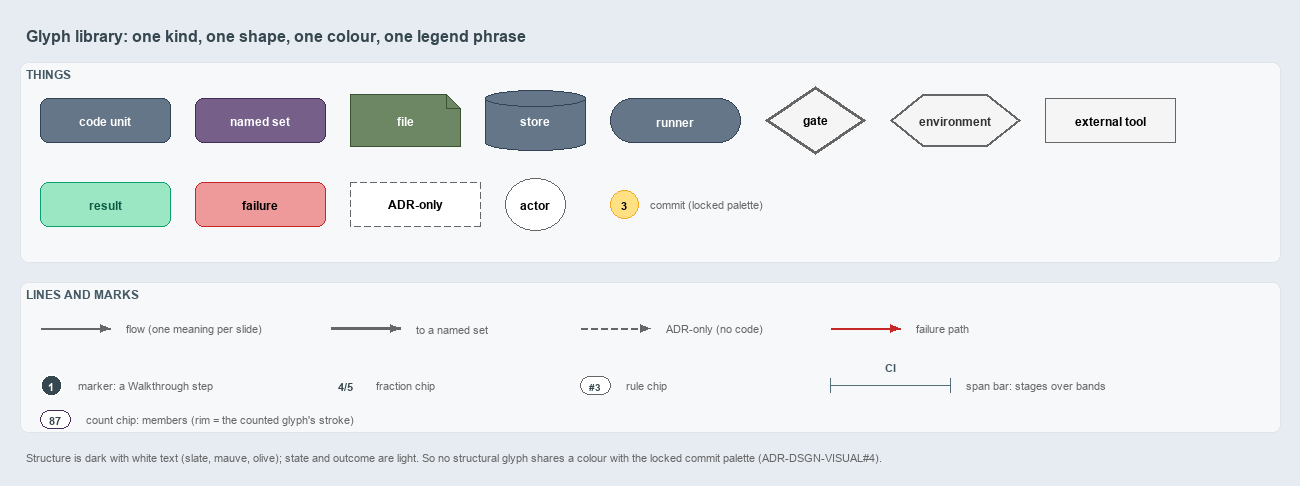
Earlier version of the draw.io export docs/.assets/explanation/glyphs.drawio.png (casperease/catzc). Source tidied: cells renumbered, new cells last; positions are measured from the earlier drawing's top-left corner, leaving out a move shared by most shapes.
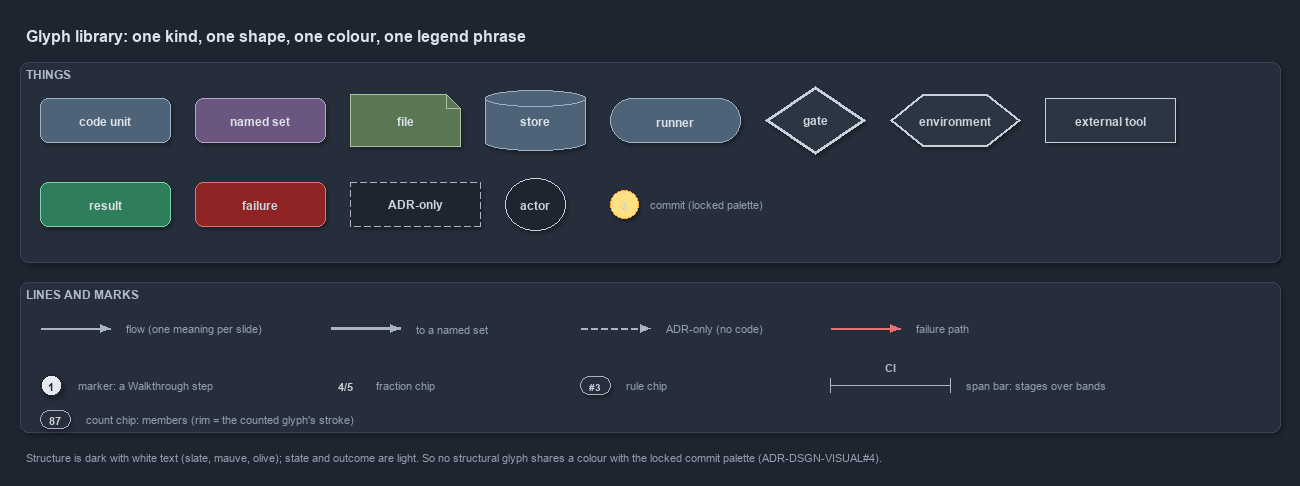
The same diagram one commit later.

Diff of the diagram source:
```diff
@@ -1,56 +1,56 @@
-<mxGraphModel background="#E6ECF2">
+<mxGraphModel background="#1E2430" shadow="1">
   <root>
     <mxCell id="0" />
     <mxCell id="1" parent="0" />
-    <mxCell id="2" value="Glyph library: one kind, one shape, one colour, one legend phrase" style="text;html=1;align=left;verticalAlign=middle;fontSize=16;fontStyle=1;fontColor=#37474F;" parent="1" vertex="1">
+    <mxCell id="2" value="Glyph library: one kind, one shape, one colour, one legend phrase" style="text;html=1;align=left;verticalAlign=middle;fontSize=16;fontStyle=1;fontColor=#DDE2E9;" parent="1" vertex="1">
       <mxGeometry width="1260" height="30" as="geometry" />
     </mxCell>
-    <mxCell id="3" value="THINGS" style="rounded=1;html=1;arcSize=3;fillColor=#F6F8FA;strokeColor=#E1E4E8;verticalAlign=top;align=left;spacingLeft=8;fontStyle=1;fontSize=12;fontColor=#455A64;" parent="1" vertex="1">
+    <mxCell id="3" value="THINGS" style="rounded=1;html=1;arcSize=3;fillColor=#262E3B;strokeColor=#3A4555;verticalAlign=top;align=left;spacingLeft=8;fontStyle=1;fontSize=12;fontColor=#B0BAC7;" parent="1" vertex="1">
       <mxGeometry y="42" width="1260" height="200" as="geometry" />
     </mxCell>
-    <mxCell id="4" value="&lt;b&gt;code unit&lt;/b&gt;" style="rounded=1;whiteSpace=wrap;html=1;arcSize=20;fillColor=#647687;strokeColor=#314354;fontColor=#FFFFFF;fontSize=12;" parent="1" vertex="1">
+    <mxCell id="4" value="&lt;b&gt;code unit&lt;/b&gt;" style="rounded=1;whiteSpace=wrap;html=1;arcSize=20;fillColor=#4E6378;strokeColor=#9FB3C8;fontColor=#DDE2E9;fontSize=12;" parent="1" vertex="1">
       <mxGeometry x="20" y="78" width="130" height="44" as="geometry" />
     </mxCell>
-    <mxCell id="5" value="&lt;b&gt;named set&lt;/b&gt;" style="rounded=1;whiteSpace=wrap;html=1;arcSize=20;fillColor=#76608a;strokeColor=#432d57;fontColor=#FFFFFF;fontSize=12;" parent="1" vertex="1">
+    <mxCell id="5" value="&lt;b&gt;named set&lt;/b&gt;" style="rounded=1;whiteSpace=wrap;html=1;arcSize=20;fillColor=#6A567E;strokeColor=#B9A6CC;fontColor=#DDE2E9;fontSize=12;" parent="1" vertex="1">
       <mxGeometry x="175" y="78" width="130" height="44" as="geometry" />
     </mxCell>
-    <mxCell id="6" value="&lt;b&gt;file&lt;/b&gt;" style="shape=note;size=14;whiteSpace=wrap;html=1;fillColor=#6d8764;strokeColor=#3a5431;fontColor=#FFFFFF;fontSize=12;" parent="1" vertex="1">
+    <mxCell id="6" value="&lt;b&gt;file&lt;/b&gt;" style="shape=note;size=14;whiteSpace=wrap;html=1;fillColor=#5B7653;strokeColor=#A9C29F;fontColor=#DDE2E9;fontSize=12;" parent="1" vertex="1">
       <mxGeometry x="330" y="74" width="110" height="52" as="geometry" />
     </mxCell>
-    <mxCell id="7" value="&lt;b&gt;store&lt;/b&gt;" style="shape=cylinder3;boundedLbl=1;backgroundOutline=1;size=8;whiteSpace=wrap;html=1;fillColor=#647687;strokeColor=#314354;fontColor=#FFFFFF;fontSize=12;" parent="1" vertex="1">
+    <mxCell id="7" value="&lt;b&gt;store&lt;/b&gt;" style="shape=cylinder3;boundedLbl=1;backgroundOutline=1;size=8;whiteSpace=wrap;html=1;fillColor=#4E6378;strokeColor=#9FB3C8;fontColor=#DDE2E9;fontSize=12;" parent="1" vertex="1">
       <mxGeometry x="465" y="70" width="100" height="60" as="geometry" />
     </mxCell>
-    <mxCell id="8" value="&lt;b&gt;runner&lt;/b&gt;" style="rounded=1;arcSize=50;whiteSpace=wrap;html=1;fillColor=#647687;strokeColor=#314354;fontColor=#FFFFFF;fontSize=12;" parent="1" vertex="1">
+    <mxCell id="8" value="&lt;b&gt;runner&lt;/b&gt;" style="rounded=1;arcSize=50;whiteSpace=wrap;html=1;fillColor=#4E6378;strokeColor=#9FB3C8;fontColor=#DDE2E9;fontSize=12;" parent="1" vertex="1">
       <mxGeometry x="590" y="78" width="130" height="44" as="geometry" />
     </mxCell>
-    <mxCell id="9" value="&lt;b&gt;gate&lt;/b&gt;" style="rhombus;whiteSpace=wrap;html=1;fillColor=#f5f5f5;strokeColor=#666666;strokeWidth=3;fontSize=12;" parent="1" vertex="1">
+    <mxCell id="9" value="&lt;b&gt;gate&lt;/b&gt;" style="rhombus;whiteSpace=wrap;html=1;fillColor=#2C3542;strokeColor=#C7D0DB;strokeWidth=3;fontSize=12;fontColor=#CDD3DC;" parent="1" vertex="1">
       <mxGeometry x="745" y="66" width="100" height="68" as="geometry" />
     </mxCell>
-    <mxCell id="10" value="&lt;b&gt;environment&lt;/b&gt;" style="shape=hexagon;perimeter=hexagonPerimeter2;whiteSpace=wrap;html=1;fillColor=#f5f5f5;strokeColor=#666666;strokeWidth=2;fontColor=#333333;fontSize=12;" parent="1" vertex="1">
+    <mxCell id="10" value="&lt;b&gt;environment&lt;/b&gt;" style="shape=hexagon;perimeter=hexagonPerimeter2;whiteSpace=wrap;html=1;fillColor=#2C3542;strokeColor=#C7D0DB;strokeWidth=2;fontColor=#CDD3DC;fontSize=12;" parent="1" vertex="1">
       <mxGeometry x="870" y="74" width="130" height="52" as="geometry" />
     </mxCell>
-    <mxCell id="11" value="&lt;b&gt;external tool&lt;/b&gt;" style="rounded=0;whiteSpace=wrap;html=1;fillColor=#f5f5f5;strokeColor=#666666;fontSize=12;" parent="1" vertex="1">
+    <mxCell id="11" value="&lt;b&gt;external tool&lt;/b&gt;" style="rounded=0;whiteSpace=wrap;html=1;fillColor=#2C3542;strokeColor=#C7D0DB;fontSize=12;fontColor=#CDD3DC;" parent="1" vertex="1">
       <mxGeometry x="1025" y="78" width="130" height="44" as="geometry" />
     </mxCell>
-    <mxCell id="12" value="&lt;b&gt;result&lt;/b&gt;" style="rounded=1;whiteSpace=wrap;html=1;arcSize=20;fillColor=#9BE7C4;strokeColor=#0E9F6E;fontColor=#0B5C43;fontSize=12;" parent="1" vertex="1">
+    <mxCell id="12" value="&lt;b&gt;result&lt;/b&gt;" style="rounded=1;whiteSpace=wrap;html=1;arcSize=20;fillColor=#2E7D5B;strokeColor=#7FD3AE;fontColor=#DDE2E9;fontSize=12;" parent="1" vertex="1">
       <mxGeometry x="20" y="162" width="130" height="44" as="geometry" />
     </mxCell>
-    <mxCell id="13" value="&lt;b&gt;failure&lt;/b&gt;" style="rounded=1;whiteSpace=wrap;html=1;arcSize=20;fillColor=#EF9A9A;strokeColor=#C62828;fontSize=12;" parent="1" vertex="1">
+    <mxCell id="13" value="&lt;b&gt;failure&lt;/b&gt;" style="rounded=1;whiteSpace=wrap;html=1;arcSize=20;fillColor=#8E2424;strokeColor=#E57373;fontSize=12;" parent="1" vertex="1">
       <mxGeometry x="175" y="162" width="130" height="44" as="geometry" />
     </mxCell>
-    <mxCell id="14" value="&lt;b&gt;ADR-only&lt;/b&gt;" style="rounded=1;whiteSpace=wrap;html=1;arcSize=20;fillColor=#FFFFFF;strokeColor=#666666;dashed=1;fontSize=12;" parent="1" vertex="1">
+    <mxCell id="14" value="&lt;b&gt;ADR-only&lt;/b&gt;" style="rounded=1;whiteSpace=wrap;html=1;arcSize=20;fillColor=#1E2430;strokeColor=#AAB4C3;dashed=1;fontSize=12;" parent="1" vertex="1">
       <mxGeometry x="330" y="162" width="130" height="44" as="geometry" />
     </mxCell>
-    <mxCell id="15" value="&lt;b&gt;actor&lt;/b&gt;" style="ellipse;whiteSpace=wrap;html=1;fillColor=#FFFFFF;strokeColor=#666666;fontSize=12;" parent="1" vertex="1">
+    <mxCell id="15" value="&lt;b&gt;actor&lt;/b&gt;" style="ellipse;whiteSpace=wrap;html=1;fillColor=#1E2430;strokeColor=#C7D0DB;fontSize=12;fontColor=#CDD3DC;" parent="1" vertex="1">
       <mxGeometry x="485" y="158" width="60" height="52" as="geometry" />
     </mxCell>
-    <mxCell id="16" value="3" style="ellipse;html=1;fillColor=#FFE082;strokeColor=#F9A825;strokeWidth=1.5;fontStyle=1;fontSize=11;" parent="1" vertex="1">
+    <mxCell id="16" value="3" style="ellipse;html=1;fillColor=#FFE082;strokeColor=#F9A825;strokeWidth=1.5;fontStyle=1;fontSize=11;fontColor=#CDD3DC;" parent="1" vertex="1">
       <mxGeometry x="590" y="170" width="28" height="28" as="geometry" />
     </mxCell>
-    <mxCell id="17" value="commit (locked palette)" style="text;html=1;align=left;verticalAlign=middle;fontSize=11;fontColor=#666666;" parent="1" vertex="1">
+    <mxCell id="17" value="commit (locked palette)" style="text;html=1;align=left;verticalAlign=middle;fontSize=11;fontColor=#949FAE;" parent="1" vertex="1">
       <mxGeometry x="624" y="174" width="150" height="20" as="geometry" />
     </mxCell>
-    <mxCell id="18" value="LINES AND MARKS" style="rounded=1;html=1;arcSize=3;fillColor=#F6F8FA;strokeColor=#E1E4E8;verticalAlign=top;align=left;spacingLeft=8;fontStyle=1;fontSize=12;fontColor=#455A64;" parent="1" vertex="1">
+    <mxCell id="18" value="LINES AND MARKS" style="rounded=1;html=1;arcSize=3;fillColor=#262E3B;strokeColor=#3A4555;verticalAlign=top;align=left;spacingLeft=8;fontStyle=1;fontSize=12;fontColor=#B0BAC7;" parent="1" vertex="1">
       <mxGeometry y="262" width="1260" height="150" as="geometry" />
     </mxCell>
     <mxCell id="19" style="text;html=1;strokeColor=none;fillColor=none;" parent="1" vertex="1">
@@ -59,10 +59,10 @@
     <mxCell id="20" style="text;html=1;strokeColor=none;fillColor=none;" parent="1" vertex="1">
       <mxGeometry x="90" y="308" width="1" height="1" as="geometry" />
     </mxCell>
-    <mxCell id="21" style="edgeStyle=orthogonalEdgeStyle;rounded=1;html=1;endArrow=block;strokeColor=#666666;" parent="1" edge="1" source="19" target="20">
+    <mxCell id="21" style="edgeStyle=orthogonalEdgeStyle;rounded=1;html=1;endArrow=block;strokeColor=#AAB4C3;fontColor=#CDD3DC;shadow=0;" parent="1" edge="1" source="19" target="20">
       <mxGeometry relative="1" as="geometry" />
     </mxCell>
-    <mxCell id="22" value="flow (one meaning per slide)" style="text;html=1;align=left;verticalAlign=middle;fontSize=11;fontColor=#666666;" parent="1" vertex="1">
+    <mxCell id="22" value="flow (one meaning per slide)" style="text;html=1;align=left;verticalAlign=middle;fontSize=11;fontColor=#949FAE;" parent="1" vertex="1">
       <mxGeometry x="100" y="298" width="180" height="20" as="geometry" />
     </mxCell>
     <mxCell id="23" style="text;html=1;strokeColor=none;fillColor=none;" parent="1" vertex="1">
@@ -71,10 +71,10 @@
     <mxCell id="24" style="text;html=1;strokeColor=none;fillColor=none;" parent="1" vertex="1">
       <mxGeometry x="380" y="308" width="1" height="1" as="geometry" />
     </mxCell>
-    <mxCell id="25" style="edgeStyle=orthogonalEdgeStyle;rounded=1;html=1;endArrow=block;strokeColor=#666666;strokeWidth=2.5;" parent="1" edge="1" source="23" target="24">
+    <mxCell id="25" style="edgeStyle=orthogonalEdgeStyle;rounded=1;html=1;endArrow=block;strokeColor=#AAB4C3;strokeWidth=2.5;fontColor=#CDD3DC;shadow=0;" parent="1" edge="1" source="23" target="24">
       <mxGeometry relative="1" as="geometry" />
     </mxCell>
-    <mxCell id="26" value="to a named set" style="text;html=1;align=left;verticalAlign=middle;fontSize=11;fontColor=#666666;" parent="1" vertex="1">
+    <mxCell id="26" value="to a named set" style="text;html=1;align=left;verticalAlign=middle;fontSize=11;fontColor=#949FAE;" parent="1" vertex="1">
       <mxGeometry x="390" y="298" width="150" height="20" as="geometry" />
     </mxCell>
     <mxCell id="27" style="text;html=1;strokeColor=none;fillColor=none;" parent="1" vertex="1">
@@ -83,10 +83,10 @@
     <mxCell id="28" style="text;html=1;strokeColor=none;fillColor=none;" parent="1" vertex="1">
       <mxGeometry x="630" y="308" width="1" height="1" as="geometry" />
     </mxCell>
-    <mxCell id="29" style="edgeStyle=orthogonalEdgeStyle;rounded=1;html=1;endArrow=block;strokeColor=#666666;dashed=1;" parent="1" edge="1" source="27" target="28">
+    <mxCell id="29" style="edgeStyle=orthogonalEdgeStyle;rounded=1;html=1;endArrow=block;strokeColor=#AAB4C3;dashed=1;fontColor=#CDD3DC;shadow=0;" parent="1" edge="1" source="27" target="28">
       <mxGeometry relative="1" as="geometry" />
     </mxCell>
-    <mxCell id="30" value="ADR-only (no code)" style="text;html=1;align=left;verticalAlign=middle;fontSize=11;fontColor=#666666;" parent="1" vertex="1">
+    <mxCell id="30" value="ADR-only (no code)" style="text;html=1;align=left;verticalAlign=middle;fontSize=11;fontColor=#949FAE;" parent="1" vertex="1">
       <mxGeometry x="640" y="298" width="150" height="20" as="geometry" />
     </mxCell>
     <mxCell id="31" style="text;html=1;strokeColor=none;fillColor=none;" parent="1" vertex="1">
@@ -95,46 +95,46 @@
     <mxCell id="32" style="text;html=1;strokeColor=none;fillColor=none;" parent="1" vertex="1">
       <mxGeometry x="880" y="308" width="1" height="1" as="geometry" />
     </mxCell>
-    <mxCell id="33" style="edgeStyle=orthogonalEdgeStyle;rounded=1;html=1;endArrow=block;strokeColor=#C62828;" parent="1" edge="1" source="31" target="32">
+    <mxCell id="33" style="edgeStyle=orthogonalEdgeStyle;rounded=1;html=1;endArrow=block;strokeColor=#E57373;fontColor=#CDD3DC;shadow=0;" parent="1" edge="1" source="31" target="32">
       <mxGeometry relative="1" as="geometry" />
     </mxCell>
-    <mxCell id="34" value="failure path" style="text;html=1;align=left;verticalAlign=middle;fontSize=11;fontColor=#666666;" parent="1" vertex="1">
+    <mxCell id="34" value="failure path" style="text;html=1;align=left;verticalAlign=middle;fontSize=11;fontColor=#949FAE;" parent="1" vertex="1">
       <mxGeometry x="890" y="298" width="150" height="20" as="geometry" />
     </mxCell>
-    <mxCell id="35" value="1" style="ellipse;html=1;fillColor=#37474F;strokeColor=#FFFFFF;strokeWidth=2;fontColor=#FFFFFF;fontStyle=1;fontSize=11;" parent="1" vertex="1">
+    <mxCell id="35" value="1" style="ellipse;html=1;fillColor=#E6EAF0;strokeColor=#1E2430;strokeWidth=2;fontColor=#1E2430;fontStyle=1;fontSize=11;" parent="1" vertex="1">
       <mxGeometry x="20" y="354" width="22" height="22" as="geometry" />
     </mxCell>
-    <mxCell id="36" value="marker: a Walkthrough step" style="text;html=1;align=left;verticalAlign=middle;fontSize=11;fontColor=#666666;" parent="1" vertex="1">
+    <mxCell id="36" value="marker: a Walkthrough step" style="text;html=1;align=left;verticalAlign=middle;fontSize=11;fontColor=#949FAE;" parent="1" vertex="1">
       <mxGeometry x="52" y="355" width="180" height="20" as="geometry" />
     </mxCell>
-    <mxCell id="37" value="&lt;b&gt;4/5&lt;/b&gt;" style="text;html=1;align=center;verticalAlign=middle;fontSize=11;fontColor=#37474F;fillColor=#FFFFFF;strokeColor=none;" parent="1" vertex="1">
+    <mxCell id="37" value="&lt;b&gt;4/5&lt;/b&gt;" style="text;html=1;align=center;verticalAlign=middle;fontSize=11;fontColor=#CDD3DC;fillColor=#262E3B;strokeColor=none;" parent="1" vertex="1">
       <mxGeometry x="310" y="356" width="30" height="18" as="geometry" />
     </mxCell>
-    <mxCell id="38" value="fraction chip" style="text;html=1;align=left;verticalAlign=middle;fontSize=11;fontColor=#666666;" parent="1" vertex="1">
+    <mxCell id="38" value="fraction chip" style="text;html=1;align=left;verticalAlign=middle;fontSize=11;fontColor=#949FAE;" parent="1" vertex="1">
       <mxGeometry x="350" y="355" width="150" height="20" as="geometry" />
     </mxCell>
-    <mxCell id="39" value="#3" style="rounded=1;arcSize=50;whiteSpace=wrap;html=1;fillColor=#FFFFFF;strokeColor=#666666;fontColor=#37474F;fontStyle=1;fontSize=10.5;" parent="1" vertex="1">
+    <mxCell id="39" value="#3" style="rounded=1;arcSize=50;whiteSpace=wrap;html=1;fillColor=#262E3B;strokeColor=#AAB4C3;fontColor=#CDD3DC;fontStyle=1;fontSize=10.5;" parent="1" vertex="1">
       <mxGeometry x="560" y="356" width="30" height="18" as="geometry" />
     </mxCell>
-    <mxCell id="40" value="rule chip" style="text;html=1;align=left;verticalAlign=middle;fontSize=11;fontColor=#666666;" parent="1" vertex="1">
+    <mxCell id="40" value="rule chip" style="text;html=1;align=left;verticalAlign=middle;fontSize=11;fontColor=#949FAE;" parent="1" vertex="1">
       <mxGeometry x="600" y="355" width="150" height="20" as="geometry" />
     </mxCell>
-    <mxCell id="41" style="shape=crossbar;whiteSpace=wrap;html=1;rounded=1;fillColor=none;strokeColor=#546E7A;strokeWidth=1.5;" parent="1" vertex="1">
+    <mxCell id="41" style="shape=crossbar;whiteSpace=wrap;html=1;rounded=1;fillColor=none;strokeColor=#AAB4C3;strokeWidth=1.5;" parent="1" vertex="1">
       <mxGeometry x="810" y="358" width="120" height="14" as="geometry" />
     </mxCell>
-    <mxCell id="42" value="CI" style="text;html=1;align=center;verticalAlign=middle;fontSize=11;fontStyle=1;fontColor=#455A64;labelBackgroundColor=#F6F8FA;" parent="1" vertex="1">
+    <mxCell id="42" value="CI" style="text;html=1;align=center;verticalAlign=middle;fontSize=11;fontStyle=1;fontColor=#B0BAC7;labelBackgroundColor=#262E3B;" parent="1" vertex="1">
       <mxGeometry x="855" y="338" width="30" height="16" as="geometry" />
     </mxCell>
-    <mxCell id="43" value="span bar: stages over bands" style="text;html=1;align=left;verticalAlign=middle;fontSize=11;fontColor=#666666;" parent="1" vertex="1">
+    <mxCell id="43" value="span bar: stages over bands" style="text;html=1;align=left;verticalAlign=middle;fontSize=11;fontColor=#949FAE;" parent="1" vertex="1">
       <mxGeometry x="940" y="355" width="200" height="20" as="geometry" />
     </mxCell>
-    <mxCell id="44" value="87" style="rounded=1;arcSize=50;whiteSpace=wrap;html=1;fillColor=#FFFFFF;strokeColor=#432d57;fontColor=#37474F;fontStyle=1;fontSize=11;" parent="1" vertex="1">
+    <mxCell id="44" value="87" style="rounded=1;arcSize=50;whiteSpace=wrap;html=1;fillColor=#262E3B;strokeColor=#B9A6CC;fontColor=#CDD3DC;fontStyle=1;fontSize=11;" parent="1" vertex="1">
       <mxGeometry x="20" y="390" width="30" height="18" as="geometry" />
     </mxCell>
-    <mxCell id="45" value="count chip: members (rim = the counted glyph's stroke)" style="text;html=1;align=left;verticalAlign=middle;fontSize=11;fontColor=#666666;" parent="1" vertex="1">
+    <mxCell id="45" value="count chip: members (rim = the counted glyph's stroke)" style="text;html=1;align=left;verticalAlign=middle;fontSize=11;fontColor=#949FAE;" parent="1" vertex="1">
       <mxGeometry x="60" y="389" width="340" height="20" as="geometry" />
     </mxCell>
-    <mxCell id="46" value="Structure is dark with white text (slate, mauve, olive); state and outcome are light. So no structural glyph shares a colour with the locked commit palette (ADR-DSGN-VISUAL#4)." style="text;html=1;whiteSpace=wrap;align=left;verticalAlign=top;fontSize=11;fontColor=#666666;" parent="1" vertex="1">
+    <mxCell id="46" value="Structure is dark with white text (slate, mauve, olive); state and outcome are light. So no structural glyph shares a colour with the locked commit palette (ADR-DSGN-VISUAL#4)." style="text;html=1;whiteSpace=wrap;align=left;verticalAlign=top;fontSize=11;fontColor=#949FAE;" parent="1" vertex="1">
       <mxGeometry y="426" width="1260" height="20" as="geometry" />
     </mxCell>
   </root>
```
